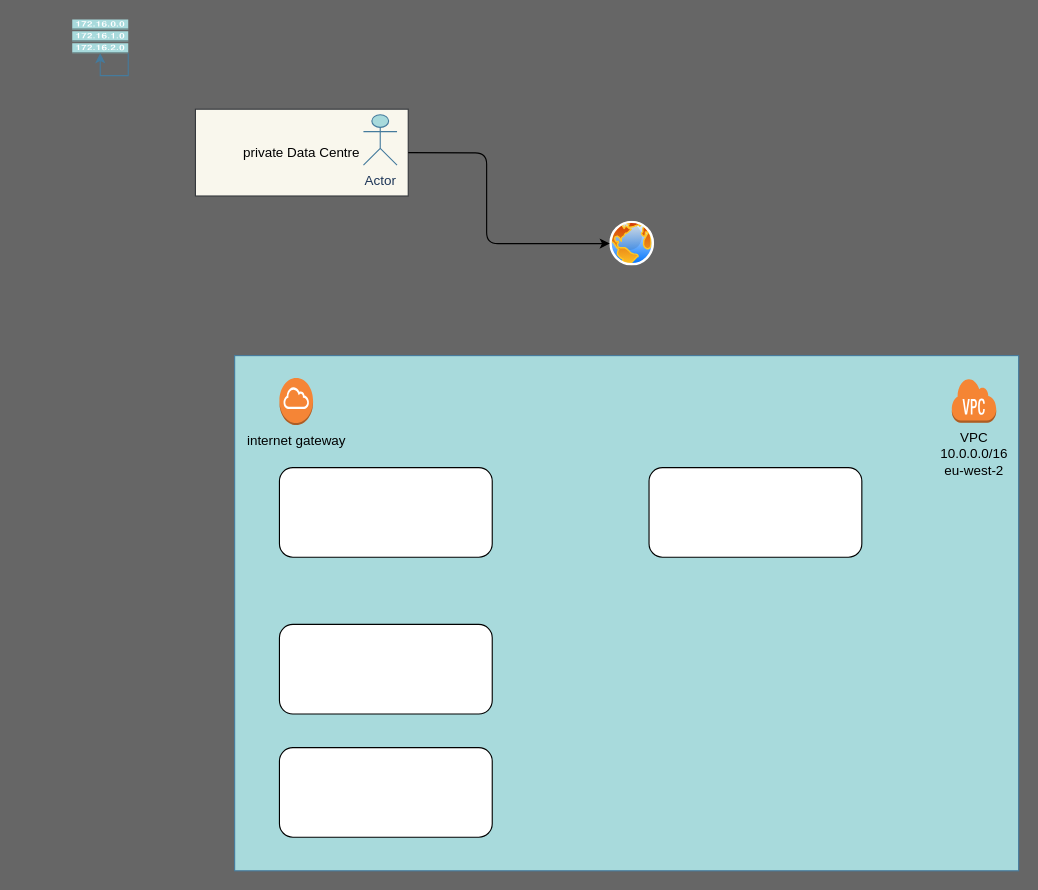
Above: Untitled Diagram.drawio in lexjox777/aws-cloud-infrastructure (draw.io), before the change. Source tidied: cells renumbered, new cells numbered last; positions are measured from the earlier drawing's top-left corner, leaving out a move shared by most shapes. Both pictures are drawn from the tidied source at 112%, with x=0, y=0 at pixel (72, 19).
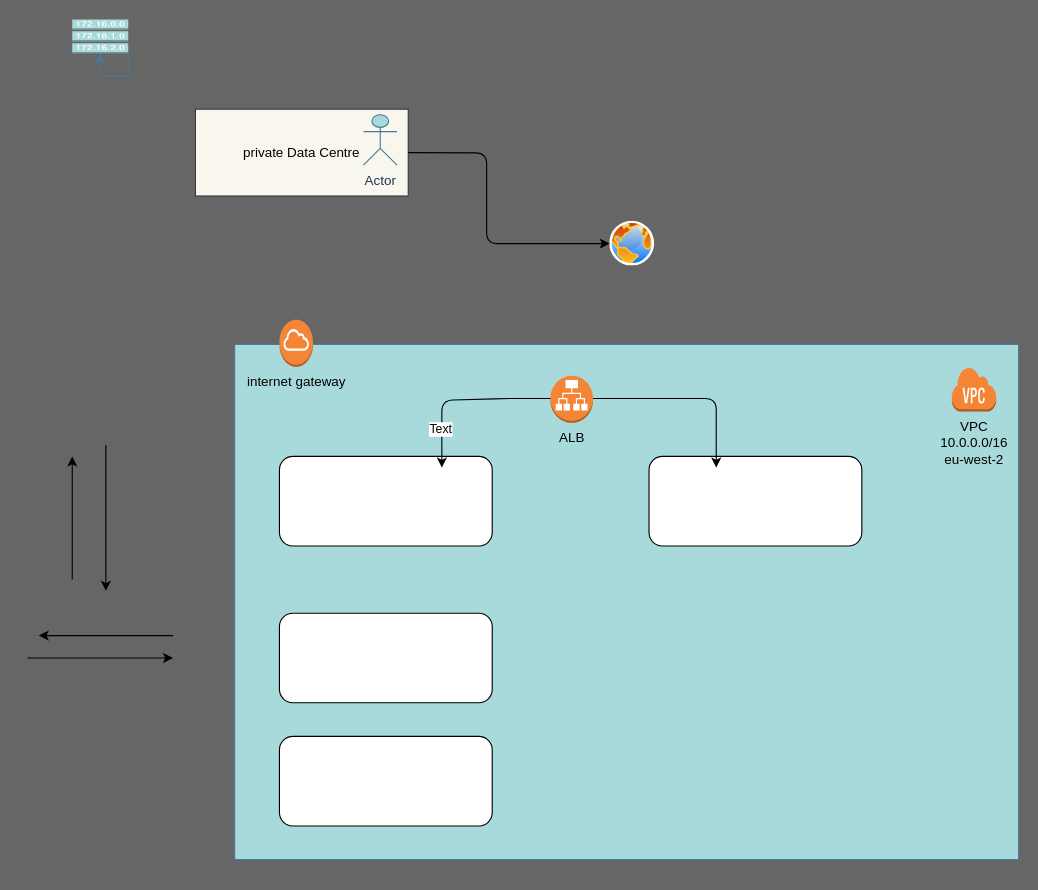
Above is the later version.

Commit message (it also covers changes not shown here):
aws-cloud-infrastructure

What changed in the source:
```diff
@@
     <mxCell id="8" style="group;" parent="1" vertex="1">
-      <mxGeometry x="145" y="300" width="700" height="460" as="geometry" />
+      <mxGeometry x="145" y="290" width="700" height="460" as="geometry" />
     </mxCell>
@@
     <mxCell id="11" value="internet gateway" style="dashed=0;verticalLabelPosition=bottom;verticalAlign=top;align=center;html=1;shape=mxgraph.aws3.internet_gateway;fillColor=#F58536;gradientColor=none;rotation=0;" parent="8" vertex="1">
-      <mxGeometry x="40" y="20" width="30" height="42" as="geometry" />
+      <mxGeometry x="40" y="-22" width="30" height="42" as="geometry" />
     </mxCell>
@@
+    <mxCell id="16" value="ALB" style="dashed=0;verticalLabelPosition=bottom;verticalAlign=top;align=center;html=1;shape=mxgraph.aws3.application_load_balancer;fillColor=#F58536;gradientColor=none;" parent="8" vertex="1">
+      <mxGeometry x="282" y="28" width="38" height="42" as="geometry" />
+    </mxCell>
+    <mxCell id="17" style="endArrow=classic;html=1;" parent="8" edge="1">
+      <mxGeometry relative="1" as="geometry">
+        <mxPoint x="282" y="48.3" as="sourcePoint" />
+        <mxPoint x="185" y="110" as="targetPoint" />
+        <Array as="points">
+          <mxPoint x="242" y="48.3" />
+          <mxPoint x="185" y="50" />
+          <mxPoint x="185" y="70" />
+        </Array>
+      </mxGeometry>
+    </mxCell>
+    <mxCell id="18" value="Text" style="edgeLabel;html=1;align=center;verticalAlign=middle;" parent="17" vertex="1">
+      <mxGeometry x="0.57" y="-2" relative="1" as="geometry" />
+    </mxCell>
+    <mxCell id="19" style="endArrow=classic;html=1;" parent="8" edge="1">
+      <mxGeometry relative="1" as="geometry">
+        <mxPoint x="320" y="48.3" as="sourcePoint" />
+        <mxPoint x="430" y="110" as="targetPoint" />
+        <Array as="points">
+          <mxPoint x="430" y="48.3" />
+        </Array>
+      </mxGeometry>
+    </mxCell>
+    <mxCell id="20" style="endArrow=classic;html=1;" parent="1" edge="1">
+      <mxGeometry relative="1" as="geometry">
+        <mxPoint y="500" as="sourcePoint" />
+        <mxPoint y="390" as="targetPoint" />
+      </mxGeometry>
+    </mxCell>
+    <mxCell id="21" style="endArrow=classic;html=1;" parent="1" edge="1">
+      <mxGeometry relative="1" as="geometry">
+        <mxPoint x="30" y="380" as="sourcePoint" />
+        <mxPoint x="30" y="510" as="targetPoint" />
+        <Array as="points">
+          <mxPoint x="30" y="430" />
+        </Array>
+      </mxGeometry>
+    </mxCell>
+    <mxCell id="22" style="endArrow=classic;html=1;" parent="1" edge="1">
+      <mxGeometry relative="1" as="geometry">
+        <mxPoint x="-40" y="570" as="sourcePoint" />
+        <mxPoint x="90" y="570" as="targetPoint" />
+      </mxGeometry>
+    </mxCell>
+    <mxCell id="23" style="endArrow=classic;html=1;" parent="1" edge="1">
+      <mxGeometry relative="1" as="geometry">
+        <mxPoint x="90" y="550" as="sourcePoint" />
+        <mxPoint x="-30" y="550" as="targetPoint" />
+        <Array as="points">
+          <mxPoint x="20" y="550" />
+        </Array>
+      </mxGeometry>
+    </mxCell>
```
